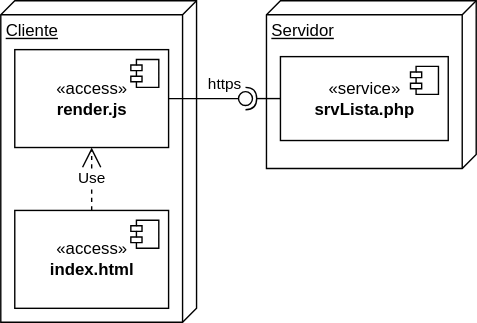
Earlier version of the draw.io export docs/img/m11renderCliente/renclientedistribucion.drawio.svg (gilpgawoas/gilpgawoas.github.io). Source tidied: cells renumbered, new cells last; positions are measured from the earlier drawing's top-left corner, leaving out a move shared by most shapes.
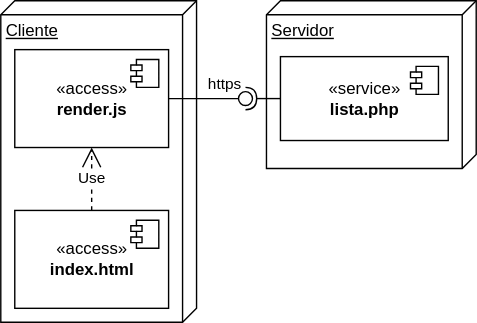
Later version of the same file.

What changed in the source:
```diff
@@ -16,7 +16,7 @@
     <mxCell id="5" value="Servidor" style="verticalAlign=top;align=left;spacingTop=8;spacingLeft=2;spacingRight=12;shape=cube;size=10;direction=south;fontStyle=4;html=1;" parent="1" vertex="1">
       <mxGeometry x="190" width="150" height="120" as="geometry" />
     </mxCell>
-    <mxCell id="6" value="«service»&lt;br&gt;&lt;b&gt;srvLista.php&lt;/b&gt;" style="html=1;" parent="1" vertex="1">
+    <mxCell id="6" value="«service»&lt;br&gt;&lt;b&gt;lista.php&lt;/b&gt;" style="html=1;" parent="1" vertex="1">
       <mxGeometry x="200" y="40" width="120" height="60" as="geometry" />
     </mxCell>
     <mxCell id="7" style="shape=module;jettyWidth=8;jettyHeight=4;" parent="6" vertex="1">
```
